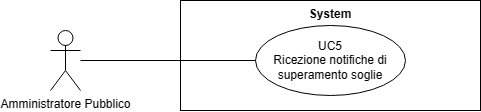
Above: src/3_PB/AnalisiDeiRequisiti/assets/UML/UC5_Ricezione-notifiche-superamento-soglie.png in SWATEngineering/Docs (draw.io), before the change. Source tidied: cells renumbered, new cells last; positions are measured from the earlier drawing's top-left corner, leaving out a move shared by most shapes.
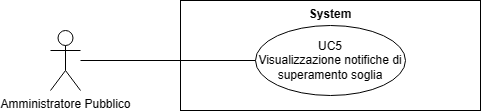
After the change.

Change to the diagram source:
```diff
@@ -8,7 +8,7 @@
     <mxCell id="3" value="System" style="shape=rect;html=1;verticalAlign=top;fontStyle=1;whiteSpace=wrap;align=center;" parent="1" vertex="1">
       <mxGeometry x="130" width="300" height="110" as="geometry" />
     </mxCell>
-    <mxCell id="4" value="UC5&lt;br&gt;Ricezione notifiche di superamento soglie" style="ellipse;whiteSpace=wrap;html=1;" parent="1" vertex="1">
+    <mxCell id="4" value="UC5&lt;br&gt;Visualizzazione notifiche di superamento soglia" style="ellipse;whiteSpace=wrap;html=1;" parent="1" vertex="1">
       <mxGeometry x="205" y="25" width="150" height="70" as="geometry" />
     </mxCell>
     <mxCell id="5" style="edgeStyle=none;html=1;endArrow=none;verticalAlign=bottom;rounded=0;" parent="1" edge="1" source="2" target="4">
```
